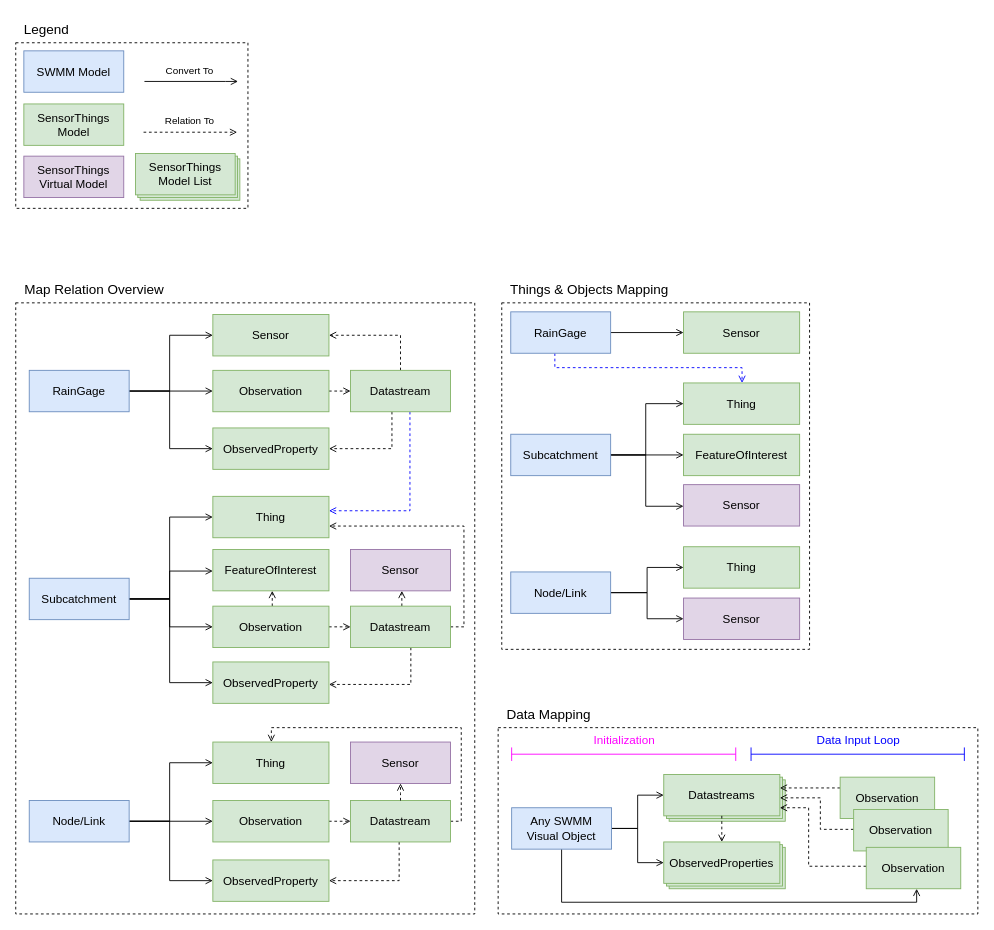
Earlier version of the draw.io diagram page "模型映射关联关系" (3 of 6) of docs/diagram/模型图.dio (hubu-mdzhang/swmm-sensorthings). Source tidied: cells renumbered, new cells numbered last; positions are measured from the earlier drawing's top-left corner, leaving out a move shared by most shapes. Both pictures are drawn from the tidied source at 90%, with x=0, y=0 at pixel (15, 15).
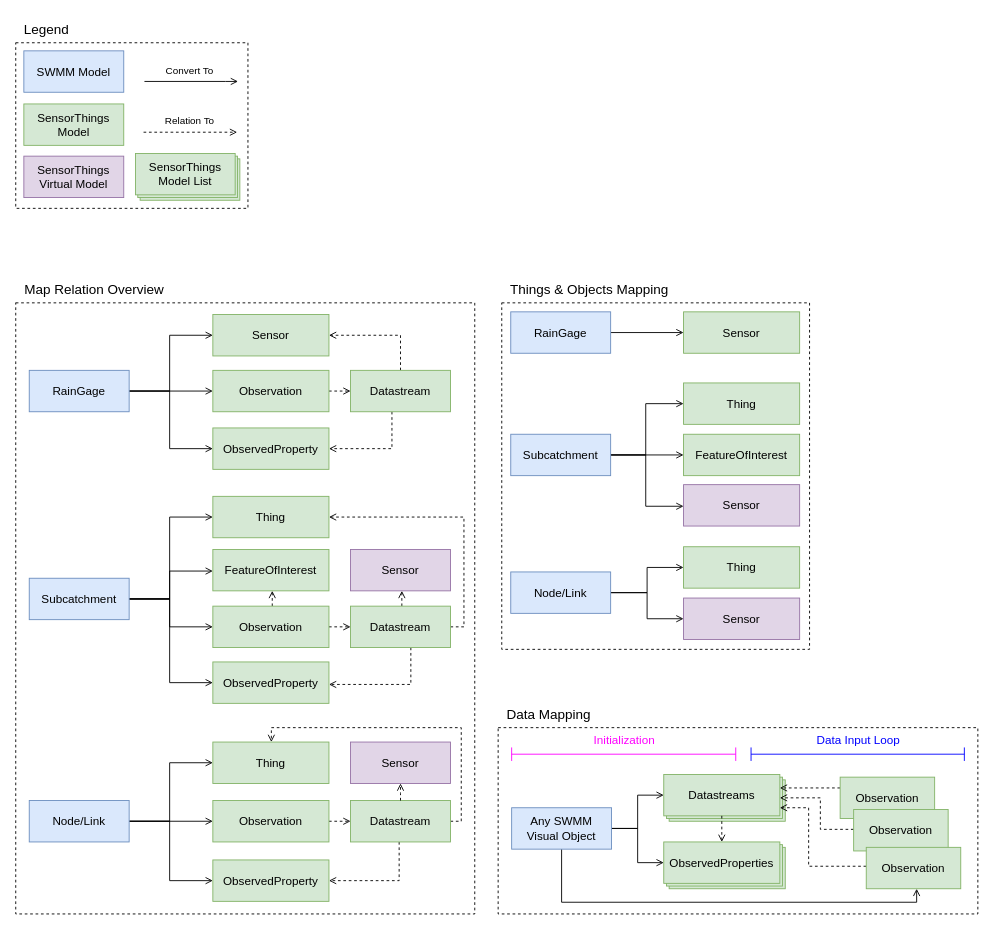
Above is the later version.

Unchanged cells that the change refers to:
```xml
<mxCell id="34" value="Datastream" style="rounded=0;whiteSpace=wrap;html=1;fontSize=13;fillColor=#d5e8d4;strokeColor=#82b366;spacing=2;spacingRight=0;spacingLeft=0;" parent="1" vertex="1">
  <mxGeometry x="372" y="656" width="111" height="46" as="geometry" />
</mxCell>
<mxCell id="47" value="Thing" style="rounded=0;whiteSpace=wrap;html=1;fontSize=13;fillColor=#d5e8d4;strokeColor=#82b366;spacing=2;spacingRight=0;spacingLeft=0;" parent="1" vertex="1">
  <mxGeometry x="219" y="534" width="129" height="46" as="geometry" />
</mxCell>
<mxCell id="58" value="Datastream" style="rounded=0;whiteSpace=wrap;html=1;fontSize=13;fillColor=#d5e8d4;strokeColor=#82b366;spacing=2;spacingRight=0;spacingLeft=0;" parent="1" vertex="1">
  <mxGeometry x="372" y="394" width="111" height="46" as="geometry" />
</mxCell>
<mxCell id="89" style="group;" parent="1" vertex="1">
  <mxGeometry x="540" y="289" width="342" height="415" as="geometry" />
</mxCell>
<mxCell id="94" value="RainGage" style="rounded=0;whiteSpace=wrap;html=1;fontSize=13;fillColor=#dae8fc;strokeColor=#6c8ebf;" parent="89" vertex="1">
  <mxGeometry x="10" y="40" width="111" height="46" as="geometry" />
</mxCell>
<mxCell id="106" value="Thing" style="rounded=0;whiteSpace=wrap;html=1;fontSize=13;fillColor=#d5e8d4;strokeColor=#82b366;spacing=2;spacingRight=0;spacingLeft=0;" parent="89" vertex="1">
  <mxGeometry x="202" y="119" width="129" height="46" as="geometry" />
</mxCell>
```

Diff of the diagram source:
```diff
@@
     <mxCell id="32" style="edgeStyle=orthogonalEdgeStyle;shape=connector;rounded=0;jettySize=auto;html=1;strokeColor=default;align=center;verticalAlign=middle;fontFamily=Helvetica;fontSize=11;fontColor=default;labelBackgroundColor=default;endArrow=open;endFill=0;dashed=1;" parent="1" edge="1" source="34" target="47">
       <mxGeometry relative="1" as="geometry">
         <Array as="points">
           <mxPoint x="498" y="679" />
-          <mxPoint x="498" y="567" />
+          <mxPoint x="498" y="557" />
         </Array>
       </mxGeometry>
     </mxCell>
@@
-    <mxCell id="57" style="edgeStyle=orthogonalEdgeStyle;shape=connector;rounded=0;jettySize=auto;html=1;strokeColor=#0000FF;align=center;verticalAlign=middle;fontFamily=Helvetica;fontSize=11;fontColor=default;labelBackgroundColor=default;endArrow=open;endFill=0;dashed=1;fillColor=#f8cecc;" parent="1" edge="1" source="58" target="47">
-      <mxGeometry relative="1" as="geometry">
-        <Array as="points">
-          <mxPoint x="438" y="550" />
-        </Array>
-      </mxGeometry>
-    </mxCell>
@@
-    <mxCell id="93" style="edgeStyle=orthogonalEdgeStyle;shape=connector;rounded=0;jettySize=auto;html=1;strokeColor=#0000FF;align=center;verticalAlign=middle;fontFamily=Helvetica;fontSize=11;fontColor=default;labelBackgroundColor=default;endArrow=open;endFill=0;dashed=1;" parent="89" edge="1" source="94" target="106">
-      <mxGeometry relative="1" as="geometry">
-        <Array as="points">
-          <mxPoint x="59" y="102" />
-          <mxPoint x="267" y="102" />
-        </Array>
-      </mxGeometry>
-    </mxCell>
```
